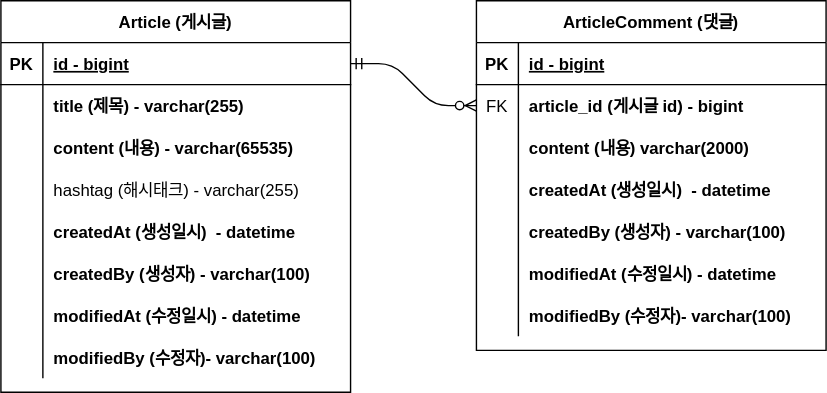
Before: document/project-board-erd.svg, a diagram exported from draw.io (youngjin-no/fastcampus-project-board). Source tidied: cells renumbered, new cells last; positions are measured from the earlier drawing's top-left corner, leaving out a move shared by most shapes.
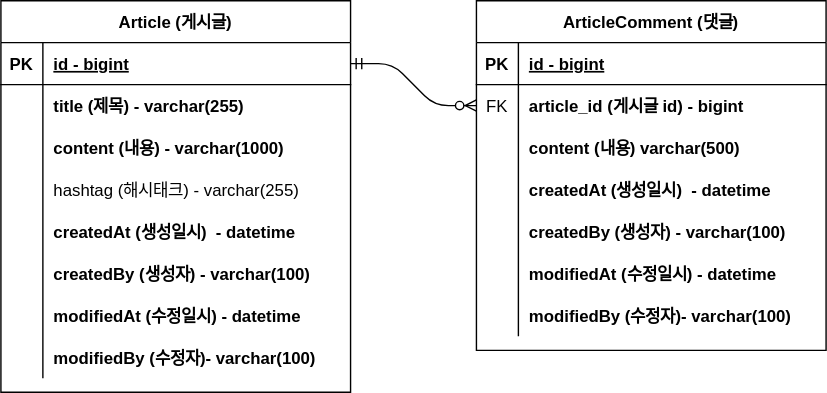
The same file after the commit.

Commit message:
#10 - erd 업데이트: content 사이즈 변경

Diff of the diagram source:
```diff
@@ -32,7 +32,7 @@
     <mxCell id="11" style="shape=partialRectangle;overflow=hidden;fillColor=none;top=0;left=0;bottom=0;right=0;" parent="10" vertex="1">
       <mxGeometry width="30" height="30" as="geometry" />
     </mxCell>
-    <mxCell id="12" value="content (내용) varchar(2000)" style="shape=partialRectangle;overflow=hidden;fillColor=none;top=0;left=0;bottom=0;right=0;align=left;spacingLeft=6;fontStyle=1;" parent="10" vertex="1">
+    <mxCell id="12" value="content (내용) varchar(500)" style="shape=partialRectangle;overflow=hidden;fillColor=none;top=0;left=0;bottom=0;right=0;align=left;spacingLeft=6;fontStyle=1;" parent="10" vertex="1">
       <mxGeometry x="30" width="220" height="30" as="geometry" />
     </mxCell>
     <mxCell id="13" style="shape=partialRectangle;fillColor=none;top=0;left=0;right=0;bottom=0;" parent="3" vertex="1">
@@ -98,7 +98,7 @@
     <mxCell id="33" style="shape=partialRectangle;overflow=hidden;fillColor=none;top=0;left=0;bottom=0;right=0;" parent="32" vertex="1">
       <mxGeometry width="30" height="30" as="geometry" />
     </mxCell>
-    <mxCell id="34" value="content (내용) - varchar(65535)" style="shape=partialRectangle;overflow=hidden;fillColor=none;top=0;left=0;bottom=0;right=0;align=left;spacingLeft=6;fontStyle=1;" parent="32" vertex="1">
+    <mxCell id="34" value="content (내용) - varchar(1000)" style="shape=partialRectangle;overflow=hidden;fillColor=none;top=0;left=0;bottom=0;right=0;align=left;spacingLeft=6;fontStyle=1;" parent="32" vertex="1">
       <mxGeometry x="30" width="220" height="30" as="geometry" />
     </mxCell>
     <mxCell id="35" style="shape=partialRectangle;fillColor=none;top=0;left=0;right=0;bottom=0;" parent="25" vertex="1">
```
